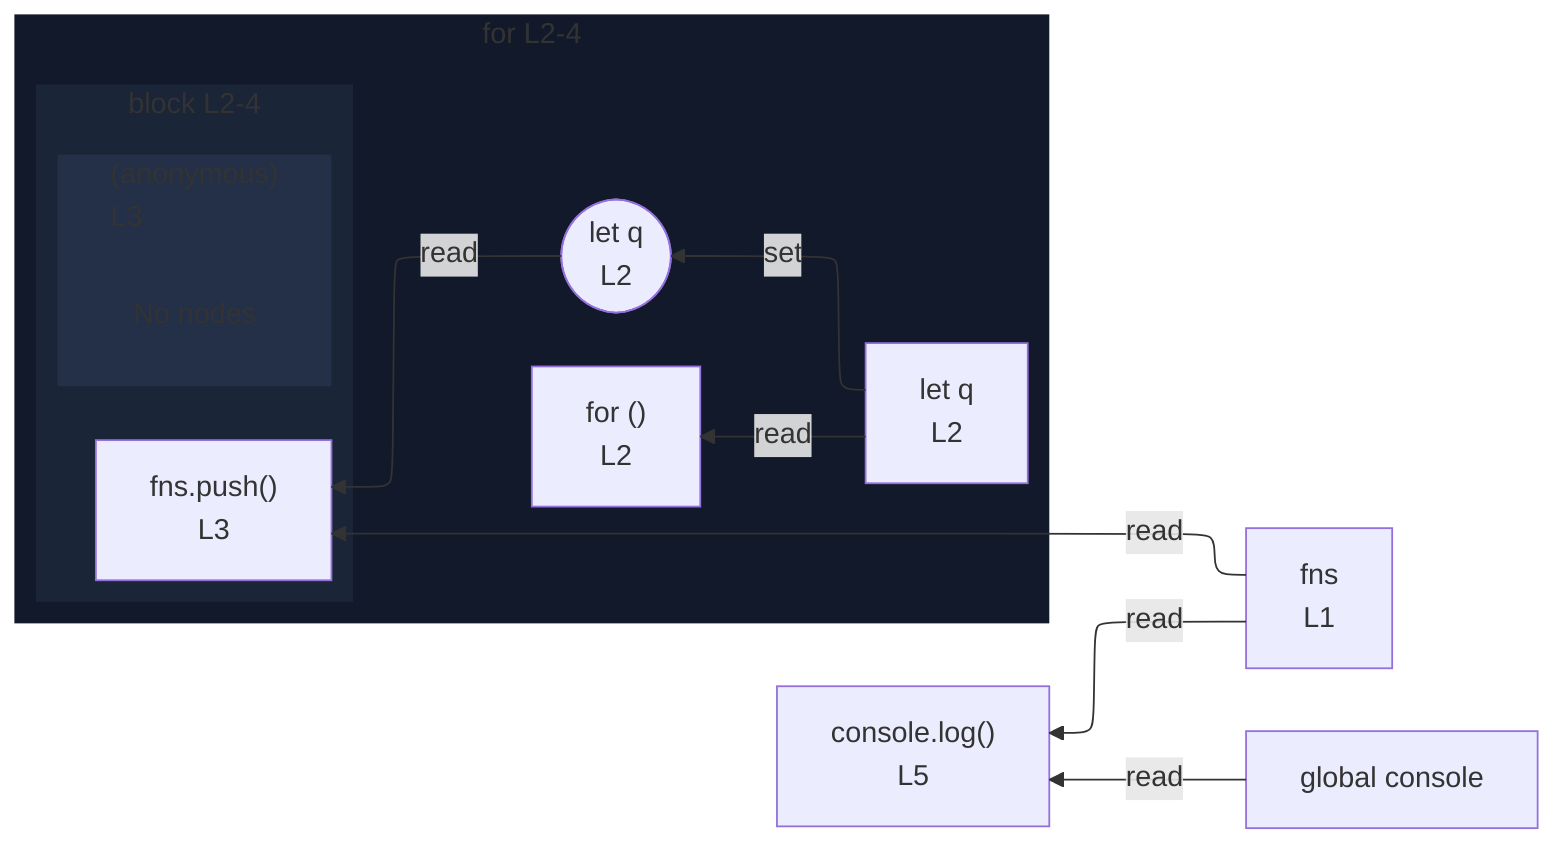
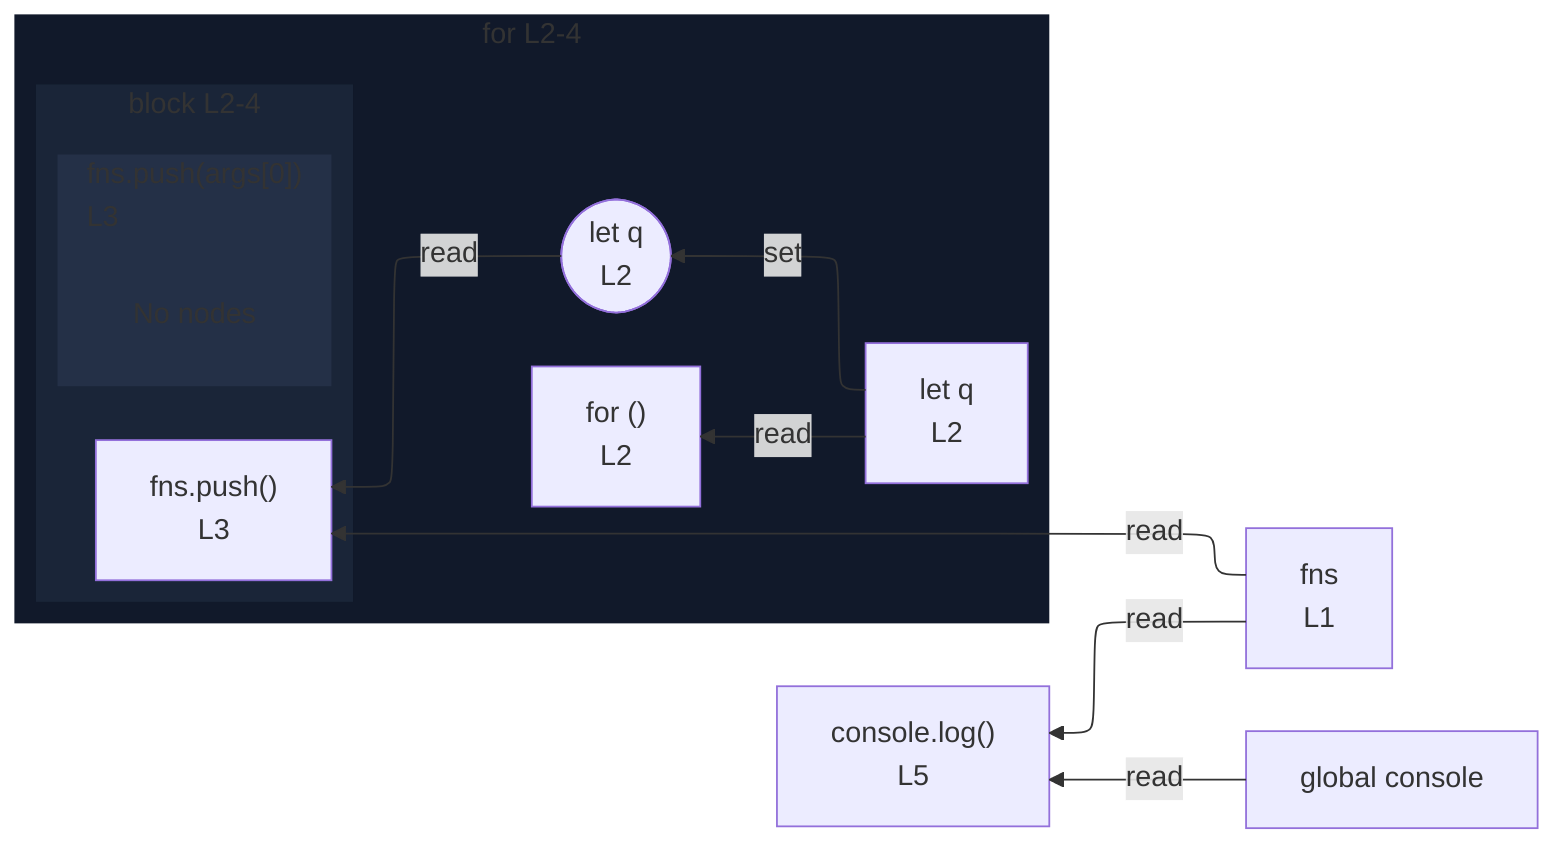
%%{init: {"flowchart": {"defaultRenderer": "elk"}}}%%
flowchart RL
  n_scope_0_fns_6["fns<br/>L1"]
  n_scope_0_console_87["global console"]
  subgraph s_scope_1["for L2-4"]
    direction RL
    for_test_scope_0_34["for ()<br/>L2"]
    n_scope_1_q_43["let q<br/>L2"]
    wr_ref_3(["let q<br/>L2"])
    subgraph s_scope_2["block L2-4"]
      direction RL
      expr_stmt_66["fns.push()<br/>L3"]
-       subgraph s_scope_3["(anonymous)<br/>L3"]
+       subgraph s_scope_3["fns.push(args[0])<br/>L3"]
        direction RL
        elk_empty_s_scope_3["No nodes"]
      end
    end
  end
  n_scope_1_q_43 -->|set| wr_ref_3
  n_scope_1_q_43 -->|read| for_test_scope_0_34
  n_scope_0_fns_6 -->|read| expr_stmt_66
  wr_ref_3 -->|read| expr_stmt_66
  n_scope_0_console_87 -->|read| expr_stmt_87
  n_scope_0_fns_6 -->|read| expr_stmt_87
  expr_stmt_87["console.log()<br/>L5"]
  classDef nestL1 fill:#11192a,stroke:transparent;
  class s_scope_1 nestL1;
  classDef nestL2 fill:#1a2538,stroke:transparent;
  class s_scope_2 nestL2;
  classDef nestL3 fill:#243047,stroke:transparent;
  class s_scope_3 nestL3;
  classDef elkEmptyPlaceholder fill:transparent,stroke:transparent;
  class elk_empty_s_scope_3 elkEmptyPlaceholder;
